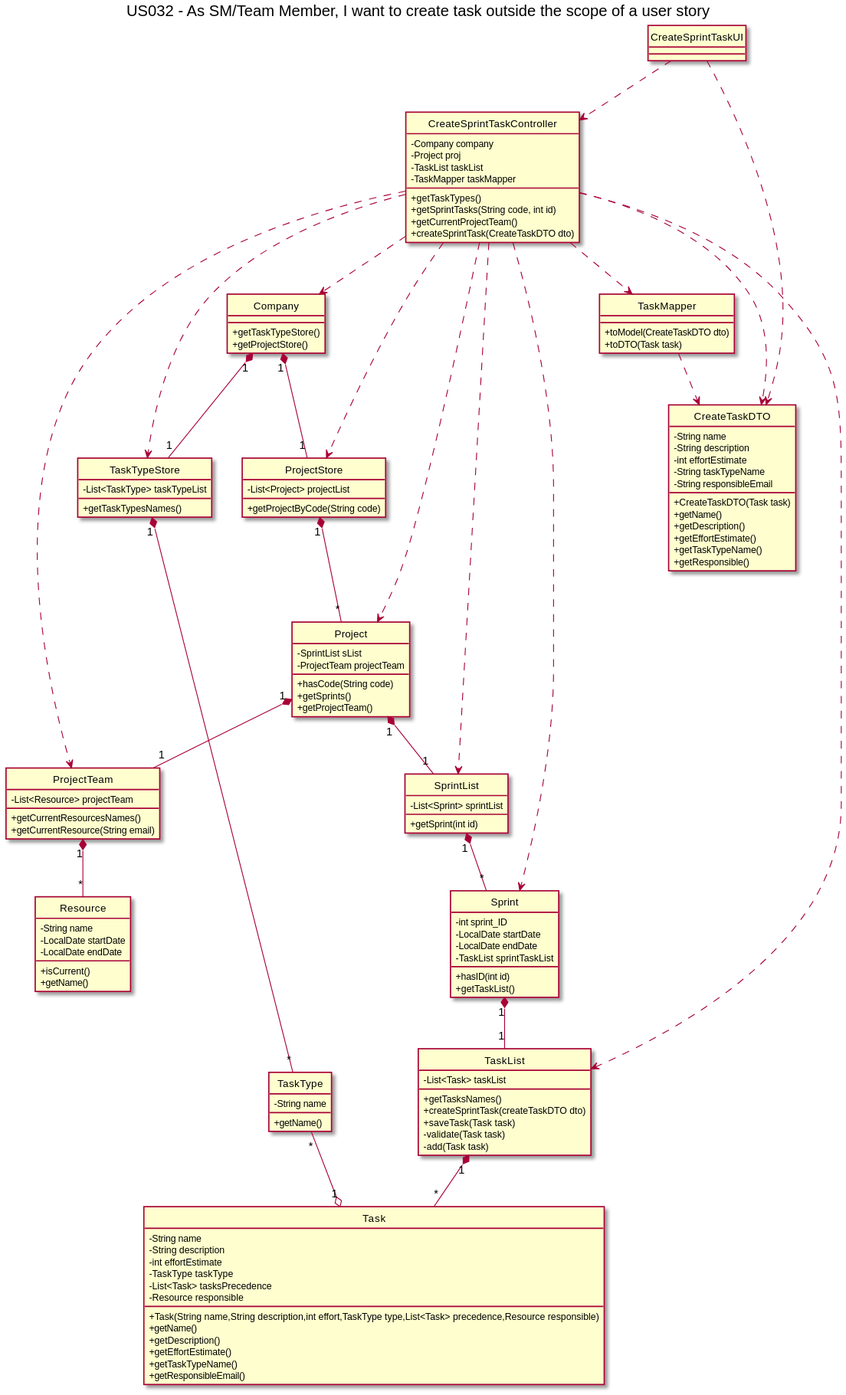
Above: docs/Sprint3/US031/US031-CD.svg in nunogon1211787/projectManagement (PlantUML), before the change.
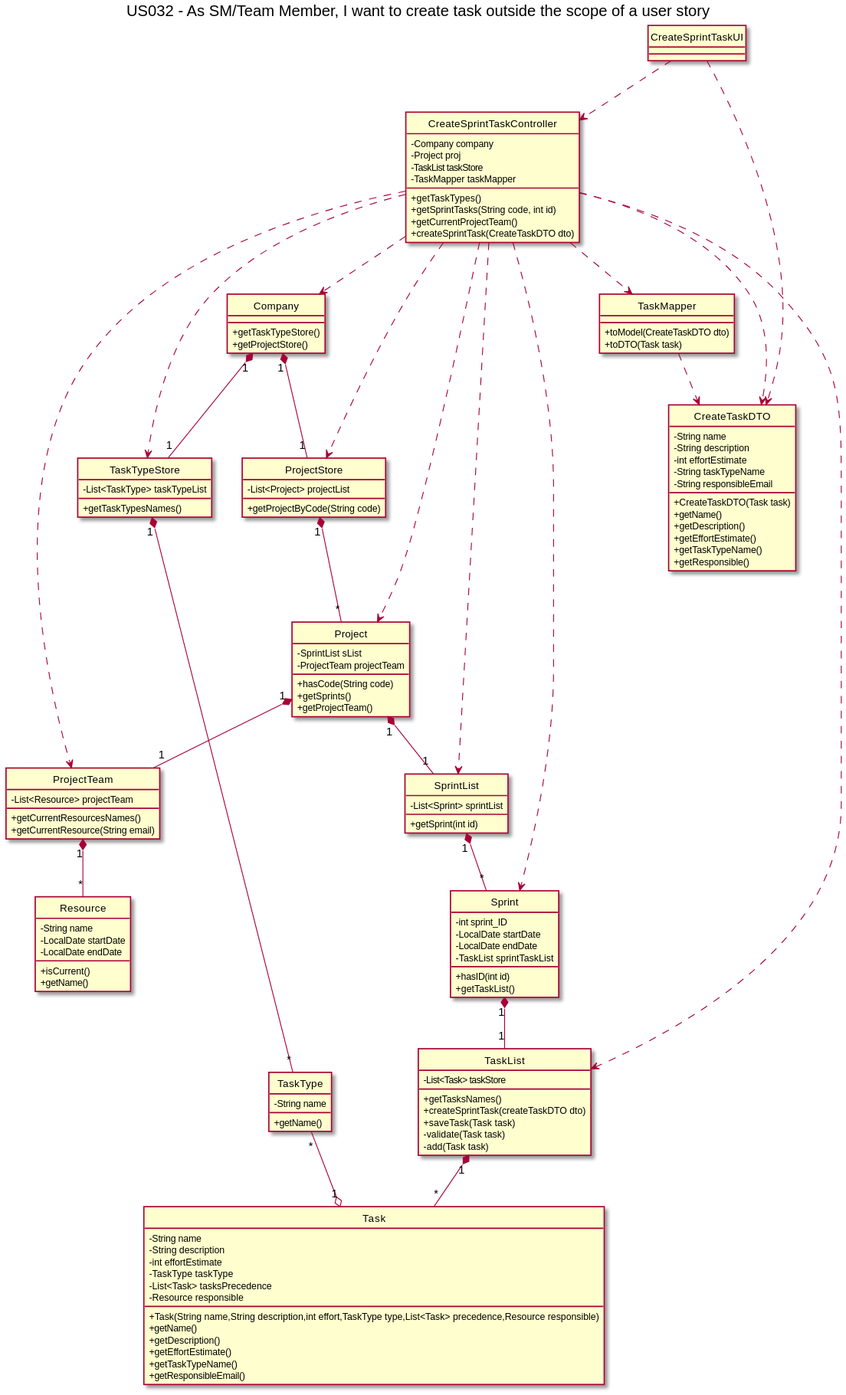
Above is the later version.

The edit, as a diff of the source:
```diff
@@ -10,7 +10,7 @@
 class CreateSprintTaskController{
 -Company company
 -Project proj
--TaskList taskList
+-TaskList taskStore
 -TaskMapper taskMapper
 +getTaskTypes()
 +getSprintTasks(String code, int id)
@@ -61,7 +61,7 @@
 }
 
 class TaskList{
--List<Task> taskList
+-List<Task> taskStore
 +getTasksNames()
 +createSprintTask(createTaskDTO dto)
 +saveTask(Task task)
```
